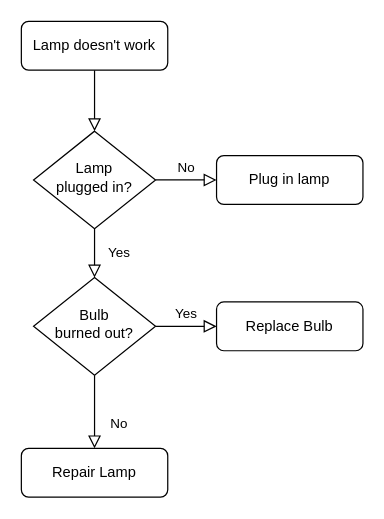
This is [S3] Algoritma Pemrograman - Modul 1.drawio from rasvanjaya21/drawio, a draw.io file, before an edit. Source tidied: cells renumbered, new cells numbered last; positions are measured from the earlier drawing's top-left corner, leaving out a move shared by most shapes. Both pictures are drawn from the tidied source at 122%, with x=0, y=0 at pixel (21, 21).
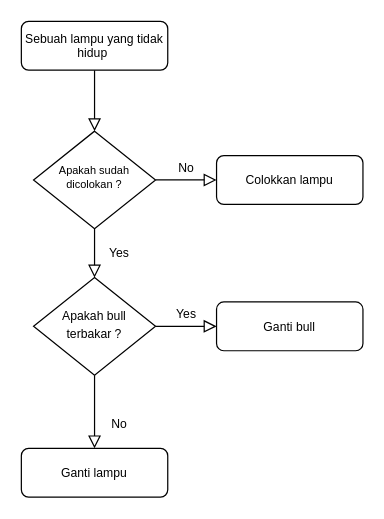
After the change.

Diff of the diagram source:
```diff
@@
 <mxGraphModel>
   <root>
     <mxCell id="0" />
     <mxCell id="1" parent="0" />
     <mxCell id="2" style="rounded=0;html=1;jettySize=auto;fontSize=11;endArrow=block;endFill=0;endSize=8;strokeWidth=1;shadow=0;labelBackgroundColor=none;edgeStyle=orthogonalEdgeStyle;" parent="1" edge="1" source="3" target="6">
       <mxGeometry relative="1" as="geometry" />
     </mxCell>
-    <mxCell id="3" value="Lamp doesn't work" style="rounded=1;whiteSpace=wrap;html=1;fontSize=12;glass=0;strokeWidth=1;shadow=0;" parent="1" vertex="1">
+    <mxCell id="3" value="Sebuah lampu yang tidak hidup&amp;nbsp;" style="rounded=1;whiteSpace=wrap;html=1;fontSize=10;glass=0;strokeWidth=1;shadow=0;" parent="1" vertex="1">
       <mxGeometry width="120" height="40" as="geometry" />
     </mxCell>
-    <mxCell id="4" value="Yes" style="rounded=0;html=1;jettySize=auto;fontSize=11;endArrow=block;endFill=0;endSize=8;strokeWidth=1;shadow=0;labelBackgroundColor=none;edgeStyle=orthogonalEdgeStyle;" parent="1" edge="1" source="6" target="10">
+    <mxCell id="4" value="&lt;font style=&quot;font-size: 10px&quot;&gt;Yes&lt;/font&gt;" style="rounded=0;html=1;jettySize=auto;fontSize=11;endArrow=block;endFill=0;endSize=8;strokeWidth=1;shadow=0;labelBackgroundColor=none;edgeStyle=orthogonalEdgeStyle;" parent="1" edge="1" source="6" target="10">
       <mxGeometry y="20" relative="1" as="geometry" />
     </mxCell>
-    <mxCell id="5" value="No" style="edgeStyle=orthogonalEdgeStyle;rounded=0;html=1;jettySize=auto;fontSize=11;endArrow=block;endFill=0;endSize=8;strokeWidth=1;shadow=0;labelBackgroundColor=none;" parent="1" edge="1" source="6" target="7">
+    <mxCell id="5" value="&lt;font style=&quot;font-size: 10px&quot;&gt;No&lt;/font&gt;" style="edgeStyle=orthogonalEdgeStyle;rounded=0;html=1;jettySize=auto;fontSize=11;endArrow=block;endFill=0;endSize=8;strokeWidth=1;shadow=0;labelBackgroundColor=none;" parent="1" edge="1" source="6" target="7">
       <mxGeometry y="10" relative="1" as="geometry" />
     </mxCell>
-    <mxCell id="6" value="Lamp&lt;br&gt;plugged in?" style="rhombus;whiteSpace=wrap;html=1;shadow=0;fontFamily=Helvetica;fontSize=12;align=center;strokeWidth=1;spacing=6;spacingTop=-4;" parent="1" vertex="1">
+    <mxCell id="6" value="Apakah sudah dicolokan ?" style="rhombus;whiteSpace=wrap;html=1;shadow=0;fontFamily=Helvetica;fontSize=9;align=center;strokeWidth=1;spacing=6;spacingTop=-4;" parent="1" vertex="1">
       <mxGeometry x="10" y="90" width="100" height="80" as="geometry" />
     </mxCell>
-    <mxCell id="7" value="Plug in lamp" style="rounded=1;whiteSpace=wrap;html=1;fontSize=12;glass=0;strokeWidth=1;shadow=0;" parent="1" vertex="1">
+    <mxCell id="7" value="Colokkan lampu" style="rounded=1;whiteSpace=wrap;html=1;fontSize=10;glass=0;strokeWidth=1;shadow=0;" parent="1" vertex="1">
       <mxGeometry x="160" y="110" width="120" height="40" as="geometry" />
     </mxCell>
-    <mxCell id="8" value="No" style="rounded=0;html=1;jettySize=auto;fontSize=11;endArrow=block;endFill=0;endSize=8;strokeWidth=1;shadow=0;labelBackgroundColor=none;edgeStyle=orthogonalEdgeStyle;" parent="1" edge="1" source="10" target="11">
+    <mxCell id="8" value="&lt;font style=&quot;font-size: 10px&quot;&gt;No&lt;/font&gt;" style="rounded=0;html=1;jettySize=auto;fontSize=11;endArrow=block;endFill=0;endSize=8;strokeWidth=1;shadow=0;labelBackgroundColor=none;edgeStyle=orthogonalEdgeStyle;" parent="1" edge="1" source="10" target="11">
       <mxGeometry x="0.33" y="20" relative="1" as="geometry" />
     </mxCell>
-    <mxCell id="9" value="Yes" style="edgeStyle=orthogonalEdgeStyle;rounded=0;html=1;jettySize=auto;fontSize=11;endArrow=block;endFill=0;endSize=8;strokeWidth=1;shadow=0;labelBackgroundColor=none;" parent="1" edge="1" source="10" target="12">
+    <mxCell id="9" value="&lt;font style=&quot;font-size: 10px&quot;&gt;Yes&lt;/font&gt;" style="edgeStyle=orthogonalEdgeStyle;rounded=0;html=1;jettySize=auto;fontSize=11;endArrow=block;endFill=0;endSize=8;strokeWidth=1;shadow=0;labelBackgroundColor=none;" parent="1" edge="1" source="10" target="12">
       <mxGeometry y="10" relative="1" as="geometry" />
     </mxCell>
-    <mxCell id="10" value="Bulb&lt;br&gt;burned out?" style="rhombus;whiteSpace=wrap;html=1;shadow=0;fontFamily=Helvetica;fontSize=12;align=center;strokeWidth=1;spacing=6;spacingTop=-4;" parent="1" vertex="1">
+    <mxCell id="10" value="&lt;font style=&quot;font-size: 10px&quot;&gt;Apakah bull terbakar ?&lt;/font&gt;" style="rhombus;whiteSpace=wrap;html=1;shadow=0;fontFamily=Helvetica;fontSize=12;align=center;strokeWidth=1;spacing=6;spacingTop=-4;" parent="1" vertex="1">
       <mxGeometry x="10" y="210" width="100" height="80" as="geometry" />
     </mxCell>
-    <mxCell id="11" value="Repair Lamp" style="rounded=1;whiteSpace=wrap;html=1;fontSize=12;glass=0;strokeWidth=1;shadow=0;" parent="1" vertex="1">
+    <mxCell id="11" value="&lt;font style=&quot;font-size: 10px&quot;&gt;Ganti lampu&lt;/font&gt;" style="rounded=1;whiteSpace=wrap;html=1;fontSize=12;glass=0;strokeWidth=1;shadow=0;" parent="1" vertex="1">
       <mxGeometry y="350" width="120" height="40" as="geometry" />
     </mxCell>
-    <mxCell id="12" value="Replace Bulb" style="rounded=1;whiteSpace=wrap;html=1;fontSize=12;glass=0;strokeWidth=1;shadow=0;" parent="1" vertex="1">
+    <mxCell id="12" value="&lt;font style=&quot;font-size: 10px&quot;&gt;Ganti bull&lt;/font&gt;" style="rounded=1;whiteSpace=wrap;html=1;fontSize=12;glass=0;strokeWidth=1;shadow=0;" parent="1" vertex="1">
       <mxGeometry x="160" y="230" width="120" height="40" as="geometry" />
     </mxCell>
   </root>
 </mxGraphModel>
```
